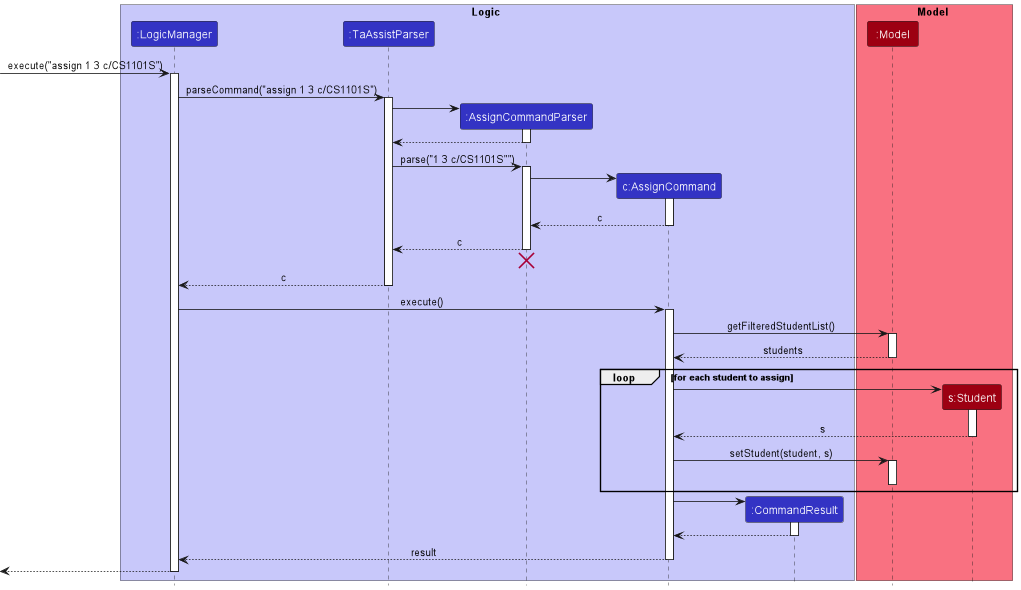
Above: docs/images/AssignCommandSequenceDiagram.png in nus-cs2103-AY2223S1/tp (PlantUML), before the change.
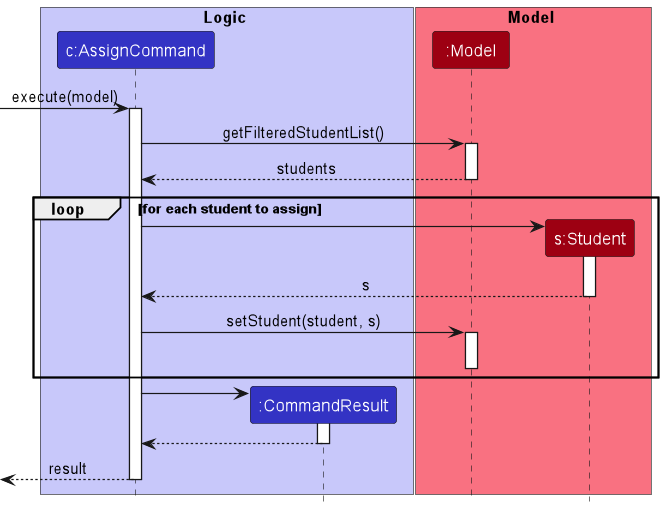
After the change.

What changed in the source:
```diff
@@ -2,9 +2,6 @@
 !include style.puml
 
 box Logic LOGIC_COLOR_T1
-participant ":LogicManager" as LogicManager LOGIC_COLOR
-participant ":TaAssistParser" as TaAssistParser LOGIC_COLOR
-participant ":AssignCommandParser" as AssignCommandParser LOGIC_COLOR
 participant "c:AssignCommand" as AssignCommand LOGIC_COLOR
 participant ":CommandResult" as CommandResult LOGIC_COLOR
 end box
@@ -14,38 +11,7 @@
 participant "s:Student" as Student MODEL_COLOR
 end box
 
-[-> LogicManager : execute("assign 1 3 c/CS1101S")
-activate LogicManager
-
-LogicManager -> TaAssistParser : parseCommand("assign 1 3 c/CS1101S")
-activate TaAssistParser
-
-create AssignCommandParser
-TaAssistParser -> AssignCommandParser
-activate AssignCommandParser
-
-AssignCommandParser --> TaAssistParser
-deactivate AssignCommandParser
-
-TaAssistParser -> AssignCommandParser: parse("1 3 c/CS1101S"")
-activate AssignCommandParser
-
-create AssignCommand
-AssignCommandParser -> AssignCommand
-activate AssignCommand
-
-AssignCommand --> AssignCommandParser: c
-deactivate AssignCommand
-
-AssignCommandParser --> TaAssistParser: c
-deactivate AssignCommandParser
-AssignCommandParser -[hidden]-> TaAssistParser
-destroy AssignCommandParser
-
-TaAssistParser --> LogicManager: c
-deactivate TaAssistParser
-
-LogicManager -> AssignCommand: execute()
+[-> AssignCommand: execute(model)
 activate AssignCommand
 
 AssignCommand -> Model: getFilteredStudentList()
@@ -71,10 +37,7 @@
 CommandResult --> AssignCommand
 deactivate CommandResult
 
-AssignCommand --> LogicManager: result
+AssignCommand -->[: result
 deactivate AssignCommand
 
-LogicManager -->[
-deactivate LogicManager
-
 @enduml
```
